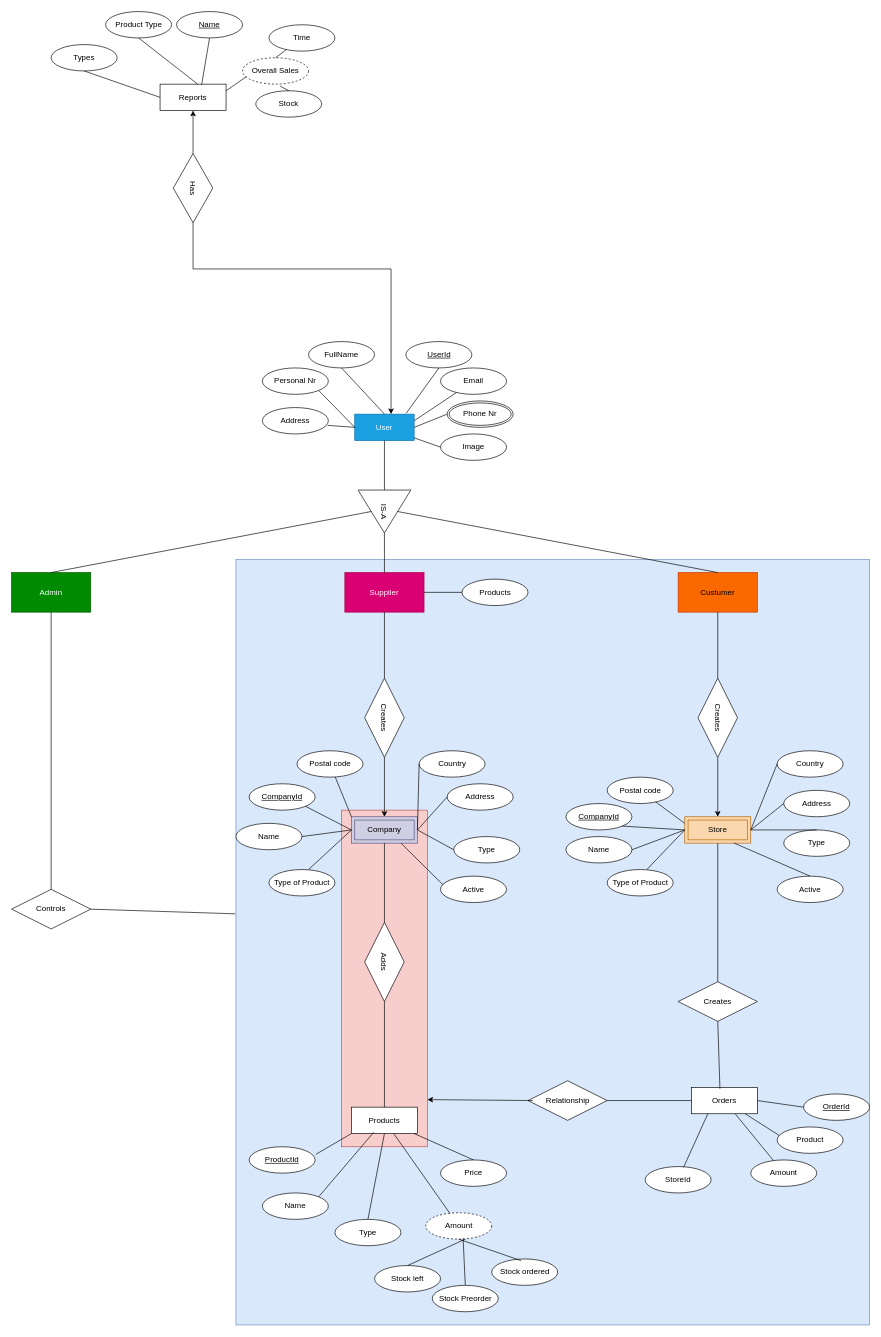
The draw.io diagram logiccraft.drawio in rinorpacarizi/logixcraft, before the edit. Source tidied: cells renumbered, new cells numbered last; positions are measured from the earlier drawing's top-left corner, leaving out a move shared by most shapes. Both pictures are drawn from the tidied source at 66%, with x=0, y=0 at pixel (11, 11).
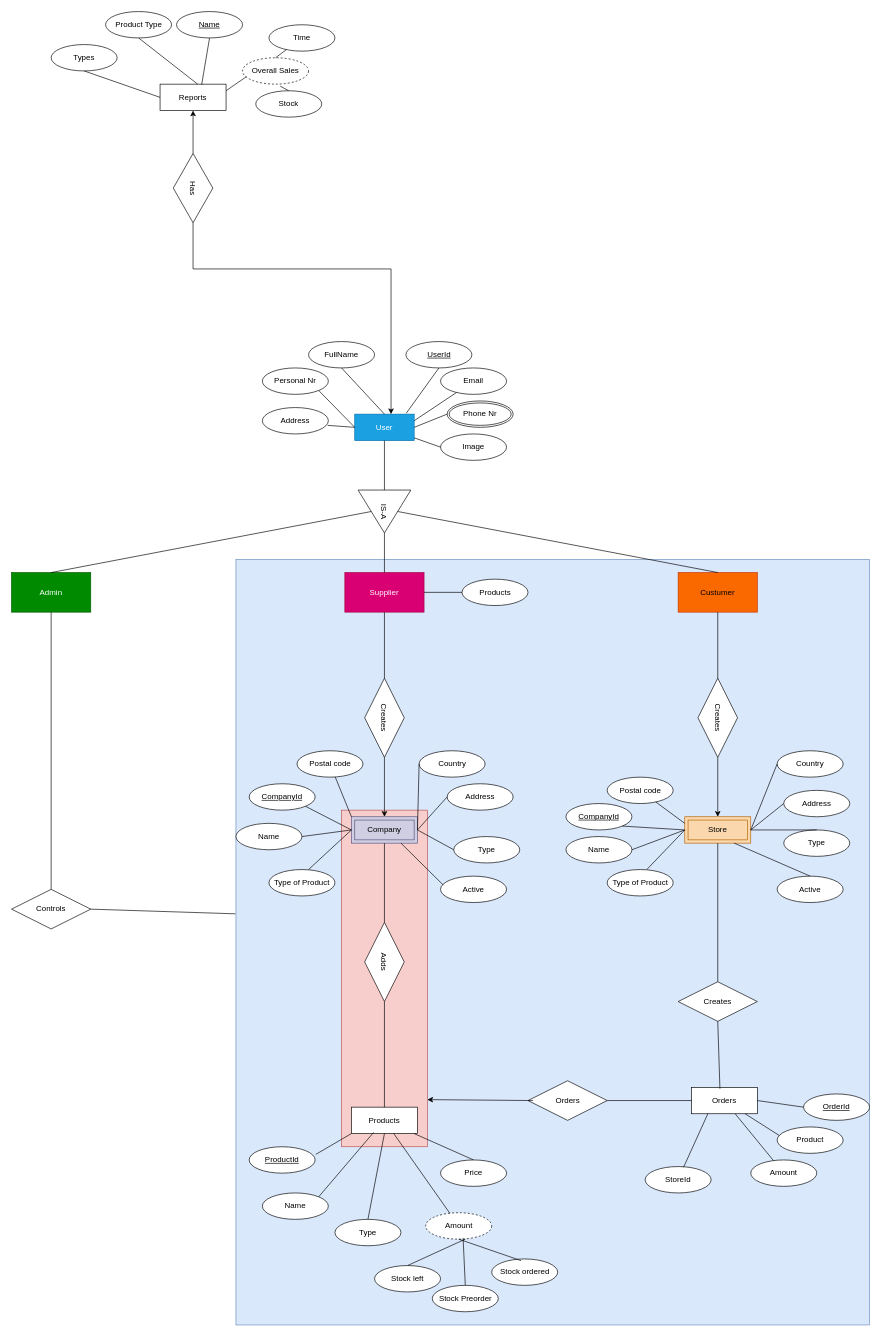
The same diagram, later.

Change to the diagram source:
```diff
@@
-    <mxCell id="108" value="Relationship" style="shape=rhombus;perimeter=rhombusPerimeter;whiteSpace=wrap;html=1;align=center;" parent="1" vertex="1">
+    <mxCell id="108" value="Orders" style="shape=rhombus;perimeter=rhombusPerimeter;whiteSpace=wrap;html=1;align=center;" parent="1" vertex="1">
       <mxGeometry x="782.5" y="1620" width="120" height="60" as="geometry" />
     </mxCell>
```
